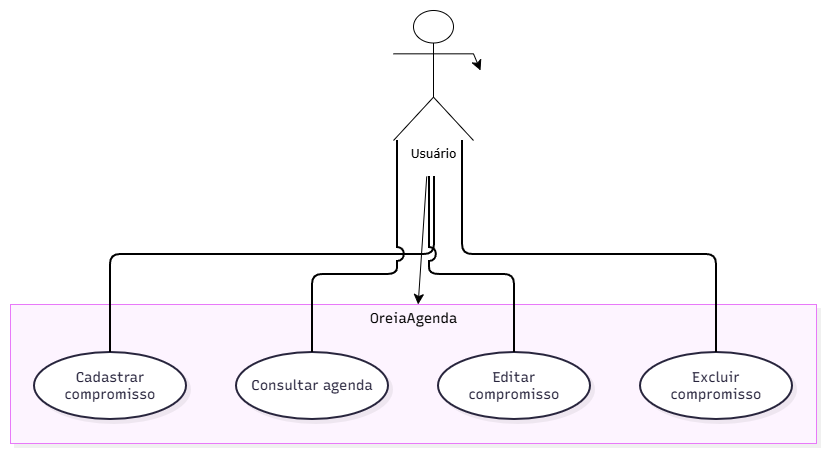
Before: diagramas/casos-de-uso.png, a diagram exported from draw.io (20251ctb0100056-prog/2026-APS-OREIAAGENDA). Source tidied: cells renumbered, new cells last; positions are measured from the earlier drawing's top-left corner, leaving out a move shared by most shapes. Its diagram source:
```xml
<mxGraphModel>
  <root>
    <mxCell id="0" />
    <mxCell id="1" parent="0" />
    <mxCell id="2" style="group;transparentBounds=1;editIcon=1;lockedGroup=0;groupPadding=10;" parent="1" vertex="1">
      <mxGeometry y="10" as="geometry" />
    </mxCell>
    <mxCell id="3" value="OreiaAgenda" style="html=1;whiteSpace=nowrap;strokeWidth=1;verticalAlign=top;fillColor=#FDF4FF;strokeColor=#E879F9;fontColor=#000000;fontFamily=Recursive;fontSize=14;shadow=1;shadowColor=#000000;shadowOffsetX=4;shadowOffsetY=4;shadowBlur=0;shadowOpacity=6;fontSource=https%3A%2F%2Ffonts.googleapis.com%2Fcss%3Ffamily%3DRecursive;" parent="2" vertex="1">
      <mxGeometry x="30" y="284" width="806" height="139" as="geometry" />
    </mxCell>
    <mxCell id="4" value="Cadastrar compromisso" style="ellipse;whiteSpace=wrap;html=1;shapeInside=1;fontSize=14;fontFamily=Recursive;fillColor=#ffffff;strokeColor=#28253D;fontColor=#28253D;strokeWidth=2;shadow=1;shadowColor=#000000;shadowOffsetX=4;shadowOffsetY=4;shadowBlur=0;shadowOpacity=6;fontSource=https%3A%2F%2Ffonts.googleapis.com%2Fcss%3Ffamily%3DRecursive;" parent="3" vertex="1">
      <mxGeometry x="24" y="48" width="152" height="67" as="geometry" />
    </mxCell>
    <mxCell id="5" value="Consultar agenda" style="ellipse;whiteSpace=wrap;html=1;shapeInside=1;fontSize=14;fontFamily=Recursive;fillColor=#ffffff;strokeColor=#28253D;fontColor=#28253D;strokeWidth=2;shadow=1;shadowColor=#000000;shadowOffsetX=4;shadowOffsetY=4;shadowBlur=0;shadowOpacity=6;fontSource=https%3A%2F%2Ffonts.googleapis.com%2Fcss%3Ffamily%3DRecursive;" parent="3" vertex="1">
      <mxGeometry x="226" y="48" width="152" height="67" as="geometry" />
    </mxCell>
    <mxCell id="6" value="Editar compromisso" style="ellipse;whiteSpace=wrap;html=1;shapeInside=1;fontSize=14;fontFamily=Recursive;fillColor=#ffffff;strokeColor=#28253D;fontColor=#28253D;strokeWidth=2;shadow=1;shadowColor=#000000;shadowOffsetX=4;shadowOffsetY=4;shadowBlur=0;shadowOpacity=6;fontSource=https%3A%2F%2Ffonts.googleapis.com%2Fcss%3Ffamily%3DRecursive;" parent="3" vertex="1">
      <mxGeometry x="428" y="48" width="152" height="67" as="geometry" />
    </mxCell>
    <mxCell id="7" value="Excluir compromisso" style="ellipse;whiteSpace=wrap;html=1;shapeInside=1;fontSize=14;fontFamily=Recursive;fillColor=#ffffff;strokeColor=#28253D;fontColor=#28253D;strokeWidth=2;shadow=1;shadowColor=#000000;shadowOffsetX=4;shadowOffsetY=4;shadowBlur=0;shadowOpacity=6;fontSource=https%3A%2F%2Ffonts.googleapis.com%2Fcss%3Ffamily%3DRecursive;" parent="3" vertex="1">
      <mxGeometry x="630" y="48" width="152" height="67" as="geometry" />
    </mxCell>
    <mxCell id="8" style="edgeStyle=orthogonalEdgeStyle;rounded=1;curved=0;startArrow=none;endArrow=none;jumpStyle=arc;jumpSize=12;strokeColor=#000000;entryX=0.5;entryY=0;strokeWidth=2;fontSize=12;startSize=8;endSize=8;" parent="2" edge="1" source="14" target="4">
      <mxGeometry x="0.12" relative="1" as="geometry">
        <Array as="points">
          <mxPoint x="454" y="234" />
          <mxPoint x="130" y="234" />
        </Array>
      </mxGeometry>
    </mxCell>
    <mxCell id="9" style="edgeStyle=orthogonalEdgeStyle;rounded=1;curved=0;startArrow=none;endArrow=none;jumpStyle=arc;jumpSize=12;strokeColor=#000000;entryX=0.5;entryY=0;strokeWidth=2;fontSize=12;startSize=8;endSize=8;" parent="2" edge="1" source="14" target="5">
      <mxGeometry x="0.09" relative="1" as="geometry">
        <Array as="points">
          <mxPoint x="417" y="254" />
          <mxPoint x="332" y="254" />
        </Array>
      </mxGeometry>
    </mxCell>
    <mxCell id="10" style="edgeStyle=orthogonalEdgeStyle;rounded=1;curved=0;startArrow=none;endArrow=none;jumpStyle=arc;jumpSize=12;strokeColor=#000000;entryX=0.5;entryY=0;strokeWidth=2;fontSize=12;startSize=8;endSize=8;" parent="2" edge="1" source="14" target="6">
      <mxGeometry x="0.01" relative="1" as="geometry">
        <Array as="points">
          <mxPoint x="449" y="254" />
          <mxPoint x="534" y="254" />
        </Array>
      </mxGeometry>
    </mxCell>
    <mxCell id="11" style="edgeStyle=orthogonalEdgeStyle;rounded=1;curved=0;startArrow=none;endArrow=none;jumpStyle=arc;jumpSize=12;strokeColor=#000000;entryX=0.5;entryY=0;strokeWidth=2;fontSize=12;startSize=8;endSize=8;" parent="2" edge="1" source="14" target="7">
      <mxGeometry x="0.04" relative="1" as="geometry">
        <Array as="points">
          <mxPoint x="482" y="234" />
          <mxPoint x="736" y="234" />
        </Array>
      </mxGeometry>
    </mxCell>
    <mxCell id="12" style="edgeStyle=none;curved=1;rounded=0;curveGeometry=1;jettySize=auto;html=1;fontSize=12;defaultLabelBackgroundColor=page;startSize=8;endSize=8;" parent="2" edge="1" source="14" target="3">
      <mxGeometry relative="1" as="geometry" />
    </mxCell>
    <mxCell id="13" style="edgeStyle=none;curved=1;rounded=0;curveGeometry=1;jettySize=auto;html=1;exitX=1;exitY=0.3333333333333333;exitDx=0;exitDy=0;exitPerimeter=0;fontSize=12;defaultLabelBackgroundColor=page;startSize=8;endSize=8;" parent="2" edge="1" source="14">
      <mxGeometry relative="1" as="geometry">
        <mxPoint x="500" y="50" as="targetPoint" />
      </mxGeometry>
    </mxCell>
    <mxCell id="14" value="Usuário&lt;div&gt;&lt;br&gt;&lt;/div&gt;" style="shape=umlActor;verticalLabelPosition=bottom;verticalAlign=top;html=1;outlineConnect=0;labelPerimeter=1;fontFamily=Verdana;" parent="2" vertex="1">
      <mxGeometry x="413" y="-10" width="80" height="130" as="geometry" />
    </mxCell>
  </root>
</mxGraphModel>
```
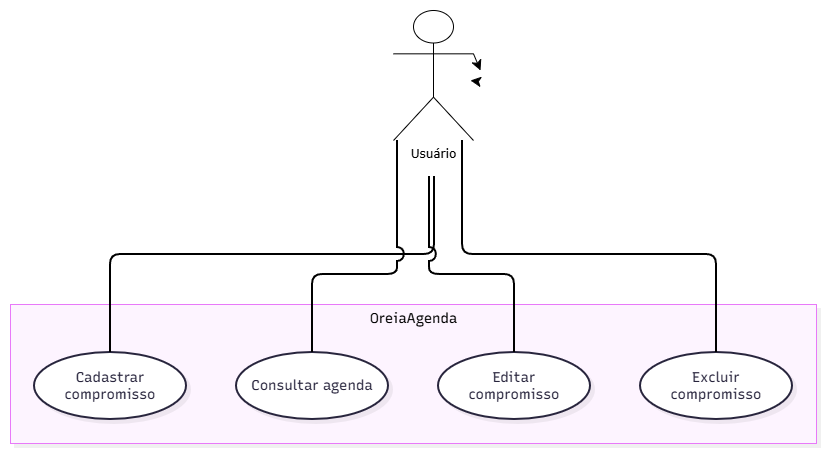
After the change.

Diff of the diagram source:
```diff
@@ -52,8 +52,10 @@
         </Array>
       </mxGeometry>
     </mxCell>
-    <mxCell id="12" style="edgeStyle=none;curved=1;rounded=0;curveGeometry=1;jettySize=auto;html=1;fontSize=12;defaultLabelBackgroundColor=page;startSize=8;endSize=8;" parent="2" edge="1" source="14" target="3">
-      <mxGeometry relative="1" as="geometry" />
+    <mxCell id="12" style="edgeStyle=none;curved=1;rounded=0;curveGeometry=1;jettySize=auto;html=1;fontSize=12;defaultLabelBackgroundColor=page;startSize=8;endSize=8;" parent="2" edge="1" source="14">
+      <mxGeometry relative="1" as="geometry">
+        <mxPoint x="490" y="60" as="targetPoint" />
+      </mxGeometry>
     </mxCell>
     <mxCell id="13" style="edgeStyle=none;curved=1;rounded=0;curveGeometry=1;jettySize=auto;html=1;exitX=1;exitY=0.3333333333333333;exitDx=0;exitDy=0;exitPerimeter=0;fontSize=12;defaultLabelBackgroundColor=page;startSize=8;endSize=8;" parent="2" edge="1" source="14">
       <mxGeometry relative="1" as="geometry">
```
